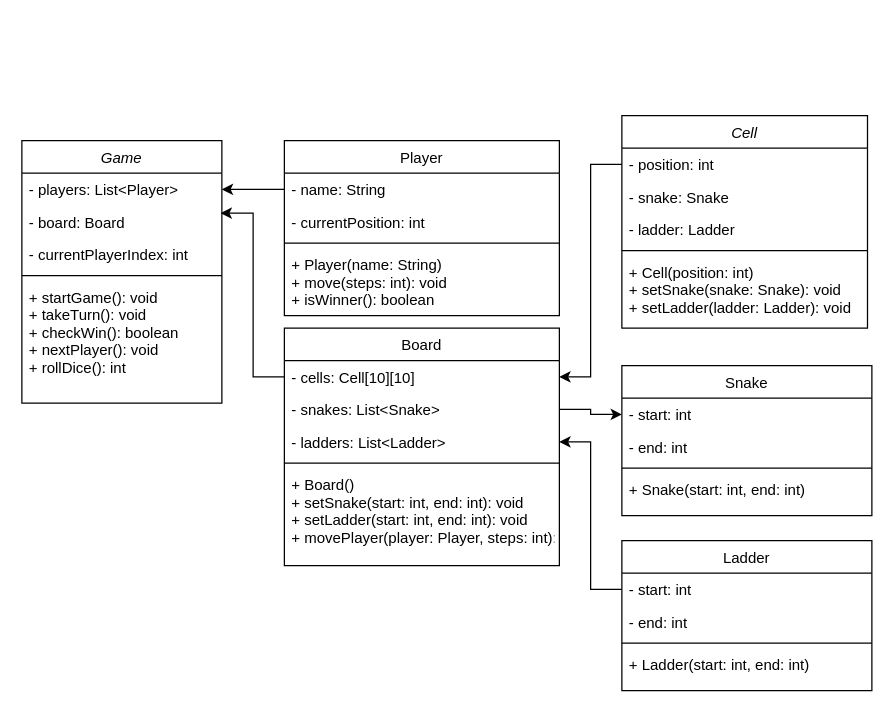
Above: Untitled Diagram.drawio in geeky-sanjay/Schema (draw.io), before the change. Source tidied: cells renumbered, new cells numbered last; positions are measured from the earlier drawing's top-left corner, leaving out a move shared by most shapes. Both pictures are drawn from the tidied source at 125%, with x=0, y=0 at pixel (21, 115).
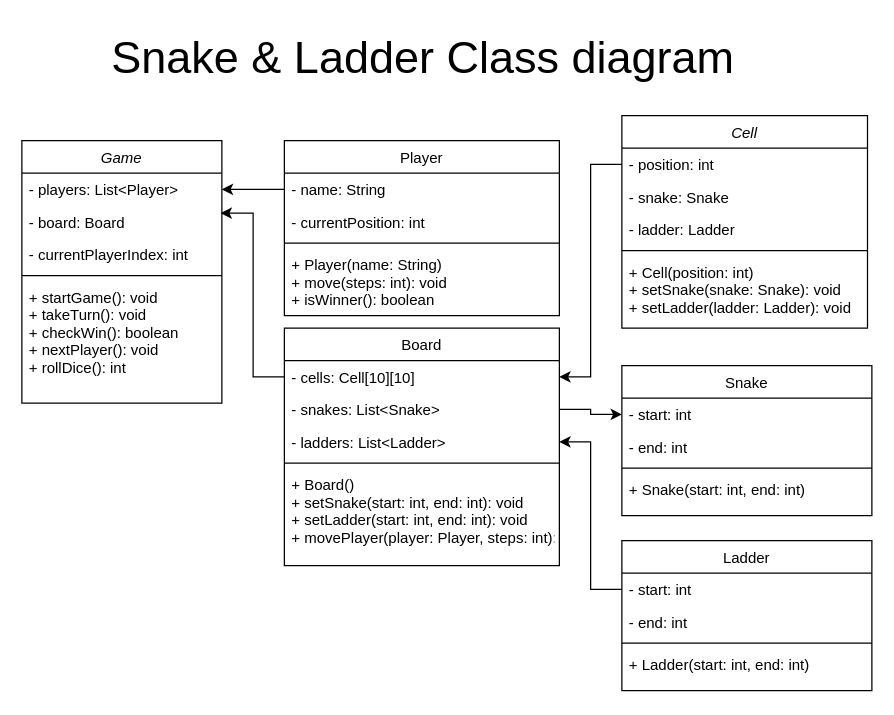
The same diagram, later.

What changed in the source:
```diff
@@
+    <mxCell id="40" value="&lt;font style=&quot;font-size: 36px;&quot;&gt;Snake &amp;amp; Ladder Class diagram&lt;/font&gt;" style="text;strokeColor=none;fillColor=none;align=left;verticalAlign=top;spacingLeft=4;spacingRight=4;overflow=hidden;whiteSpace=wrap;html=1;" parent="1" vertex="1">
+      <mxGeometry x="66" y="-75" width="530" height="50" as="geometry" />
+    </mxCell>
```
